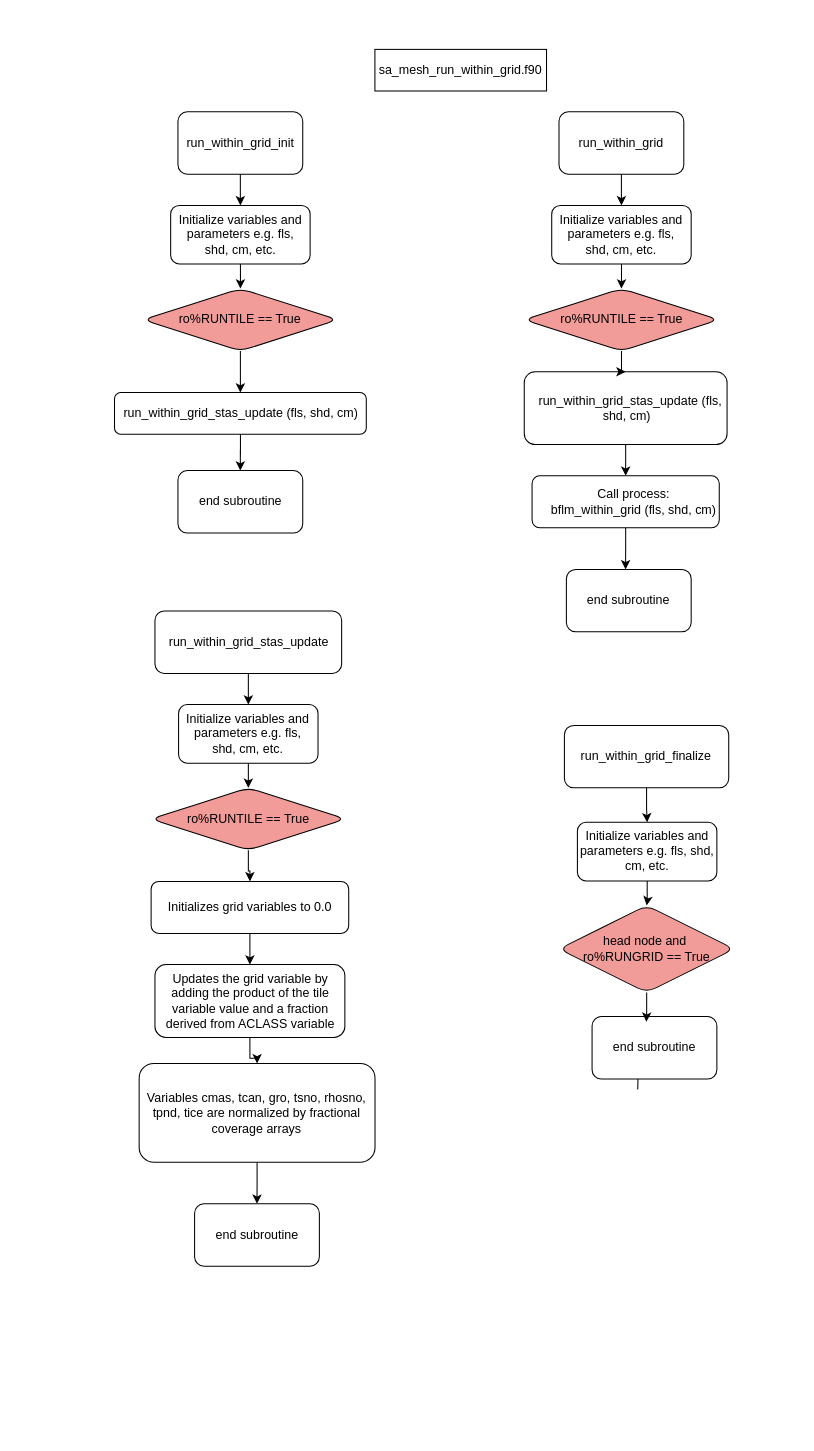
MeshMapping/r1749_Mappings keeps this draw.io diagram as saMeshwithinGrid.drawio. Above is the earlier version. Source tidied: cells renumbered, new cells numbered last; positions are measured from the earlier drawing's top-left corner, leaving out a move shared by most shapes. Both pictures are drawn from the tidied source at 104%, with x=0, y=0 at pixel (114, 49).
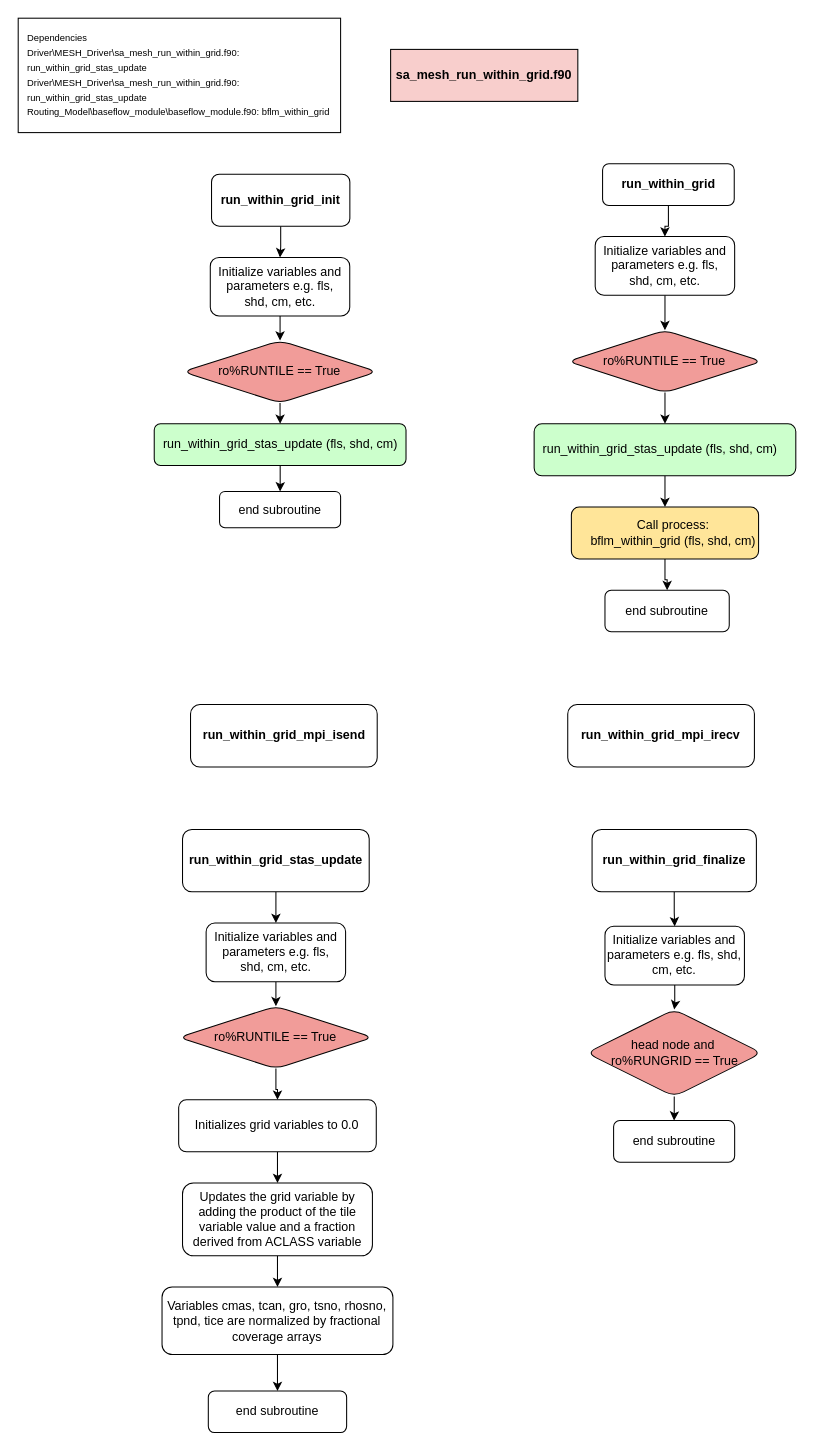
After the change.

Commit message (it also covers changes not shown here):
Modified some blocks and added list of dependencies

Diff of the diagram source:
```diff
@@
-    <mxCell id="2" value="sa_mesh_run_within_grid.f90" style="rounded=0;whiteSpace=wrap;html=1;" parent="1" vertex="1">
-      <mxGeometry x="250" width="165" height="40" as="geometry" />
+    <mxCell id="2" value="&lt;b&gt;sa_mesh_run_within_grid.f90&lt;/b&gt;" style="rounded=0;whiteSpace=wrap;html=1;fillColor=#F8CECC;" parent="1" vertex="1">
+      <mxGeometry x="265.1" width="180" height="50" as="geometry" />
     </mxCell>
@@
-    <mxCell id="4" value="run_within_grid_init" style="rounded=1;whiteSpace=wrap;html=1;" parent="1" vertex="1">
-      <mxGeometry x="60.6" y="60" width="120" height="60" as="geometry" />
+    <mxCell id="4" value="&lt;b&gt;run_within_grid_init&lt;/b&gt;" style="rounded=1;whiteSpace=wrap;html=1;" parent="1" vertex="1">
+      <mxGeometry x="92.9" y="120" width="133" height="50" as="geometry" />
     </mxCell>
@@
-    <mxCell id="6" value="run_within_grid" style="rounded=1;whiteSpace=wrap;html=1;" parent="1" vertex="1">
-      <mxGeometry x="427" y="60" width="120" height="60" as="geometry" />
+    <mxCell id="6" value="&lt;b&gt;run_within_grid&lt;/b&gt;" style="rounded=1;whiteSpace=wrap;html=1;" parent="1" vertex="1">
+      <mxGeometry x="468.9" y="110" width="126.6" height="40" as="geometry" />
     </mxCell>
@@
-    <mxCell id="8" value="&lt;div style=&quot;&quot;&gt;&lt;div style=&quot;text-align: center;&quot;&gt;&amp;nbsp; run_within_grid_stas_update&amp;nbsp;(fls, shd, cm)&lt;br&gt;&lt;/div&gt;&lt;/div&gt;" style="whiteSpace=wrap;html=1;rounded=1;align=left;" parent="1" vertex="1">
-      <mxGeometry x="393.6" y="310" width="195" height="70" as="geometry" />
+    <mxCell id="8" value="&lt;div style=&quot;&quot;&gt;&lt;div style=&quot;text-align: center;&quot;&gt;&amp;nbsp; run_within_grid_stas_update&amp;nbsp;(fls, shd, cm)&lt;br&gt;&lt;/div&gt;&lt;/div&gt;" style="whiteSpace=wrap;html=1;rounded=1;align=left;fillColor=#CCFFCC;" parent="1" vertex="1">
+      <mxGeometry x="403.1" y="360" width="251.6" height="50" as="geometry" />
     </mxCell>
-    <mxCell id="9" style="edgeStyle=orthogonalEdgeStyle;rounded=0;jettySize=auto;html=1;" parent="1" edge="1" source="10">
-      <mxGeometry relative="1" as="geometry">
-        <mxPoint x="491" y="500" as="targetPoint" />
-      </mxGeometry>
+    <mxCell id="9" style="edgeStyle=orthogonalEdgeStyle;rounded=0;jettySize=auto;html=1;entryX=0.5;entryY=0;entryDx=0;entryDy=0;" parent="1" edge="1" source="10" target="29">
+      <mxGeometry relative="1" as="geometry" />
     </mxCell>
-    <mxCell id="10" value="&lt;div style=&quot;text-align: center;&quot;&gt;&lt;span style=&quot;background-color: initial;&quot;&gt;&amp;nbsp; &amp;nbsp; &amp;nbsp;Call process:&lt;/span&gt;&lt;/div&gt;&lt;div style=&quot;text-align: center;&quot;&gt;&amp;nbsp; &amp;nbsp; &amp;nbsp;bflm_within_grid&amp;nbsp;(fls, shd, cm)&lt;br&gt;&lt;/div&gt;" style="whiteSpace=wrap;html=1;align=left;rounded=1;" parent="1" vertex="1">
-      <mxGeometry x="401.1" y="410" width="180" height="50" as="geometry" />
+    <mxCell id="10" value="&lt;div style=&quot;text-align: center;&quot;&gt;&lt;span style=&quot;background-color: initial;&quot;&gt;&amp;nbsp; &amp;nbsp; &amp;nbsp;Call process:&lt;/span&gt;&lt;/div&gt;&lt;div style=&quot;text-align: center;&quot;&gt;&amp;nbsp; &amp;nbsp; &amp;nbsp;bflm_within_grid&amp;nbsp;(fls, shd, cm)&lt;br&gt;&lt;/div&gt;" style="whiteSpace=wrap;html=1;align=left;rounded=1;fillColor=#FFE599;" parent="1" vertex="1">
+      <mxGeometry x="438.9" y="440" width="180" height="50" as="geometry" />
     </mxCell>
@@
-    <mxCell id="12" value="&lt;div style=&quot;&quot;&gt;&lt;div style=&quot;text-align: center;&quot;&gt;&amp;nbsp; run_within_grid_stas_update&amp;nbsp;(fls, shd, cm)&lt;br&gt;&lt;/div&gt;&lt;/div&gt;" style="whiteSpace=wrap;html=1;rounded=1;align=left;" parent="1" vertex="1">
-      <mxGeometry x="-0.4" y="330" width="242.1" height="40" as="geometry" />
+    <mxCell id="12" value="&lt;div style=&quot;&quot;&gt;&lt;div style=&quot;text-align: center;&quot;&gt;&amp;nbsp; run_within_grid_stas_update&amp;nbsp;(fls, shd, cm)&lt;br&gt;&lt;/div&gt;&lt;/div&gt;" style="whiteSpace=wrap;html=1;rounded=1;align=left;fillColor=#CCFFCC;" parent="1" vertex="1">
+      <mxGeometry x="37.8" y="360" width="242.1" height="40" as="geometry" />
     </mxCell>
@@
-    <mxCell id="14" value="run_within_grid_stas_update" style="rounded=1;whiteSpace=wrap;html=1;" parent="1" vertex="1">
-      <mxGeometry x="38.5" y="540" width="179.5" height="60" as="geometry" />
+    <mxCell id="14" value="&lt;b&gt;run_within_grid_stas_update&lt;/b&gt;" style="rounded=1;whiteSpace=wrap;html=1;" parent="1" vertex="1">
+      <mxGeometry x="65" y="750" width="179.5" height="60" as="geometry" />
     </mxCell>
@@
     <mxCell id="16" value="Initializes grid variables to 0.0" style="whiteSpace=wrap;html=1;rounded=1;" parent="1" vertex="1">
-      <mxGeometry x="34.8" y="800" width="190" height="50" as="geometry" />
+      <mxGeometry x="61.3" y="1010" width="190" height="50" as="geometry" />
     </mxCell>
@@
     <mxCell id="18" value="Updates the grid variable by adding the product of the tile variable value and a fraction derived from ACLASS variable" style="whiteSpace=wrap;html=1;rounded=1;" parent="1" vertex="1">
-      <mxGeometry x="38.5" y="880" width="182.6" height="70" as="geometry" />
+      <mxGeometry x="65" y="1090" width="182.6" height="70" as="geometry" />
     </mxCell>
@@
     <mxCell id="20" value="Variables&amp;nbsp;cmas, tcan, gro, tsno, rhosno, tpnd, tice are normalized by fractional coverage arrays" style="whiteSpace=wrap;html=1;rounded=1;" parent="1" vertex="1">
-      <mxGeometry x="23.3" y="975" width="226.8" height="95" as="geometry" />
+      <mxGeometry x="45.3" y="1190" width="222" height="65" as="geometry" />
     </mxCell>
@@
     <mxCell id="22" value="&lt;div&gt;ro%RUNTILE == True&lt;/div&gt;" style="rhombus;whiteSpace=wrap;html=1;rounded=1;fillColor=#F19C99;" parent="1" vertex="1">
-      <mxGeometry x="27.2" y="230" width="186.9" height="60" as="geometry" />
+      <mxGeometry x="65.3" y="280" width="186.9" height="60" as="geometry" />
     </mxCell>
@@
     <mxCell id="24" value="Initialize variables and parameters e.g. fls, shd,&amp;nbsp;cm, etc." style="rounded=1;whiteSpace=wrap;html=1;" parent="1" vertex="1">
-      <mxGeometry x="53.6" y="150" width="134.1" height="56.4" as="geometry" />
+      <mxGeometry x="91.7" y="200" width="134.1" height="56.4" as="geometry" />
     </mxCell>
@@
     <mxCell id="26" value="&lt;div&gt;ro%RUNTILE == True&lt;/div&gt;" style="rhombus;whiteSpace=wrap;html=1;rounded=1;fillColor=#F19C99;" parent="1" vertex="1">
-      <mxGeometry x="393.6" y="230" width="186.9" height="60" as="geometry" />
+      <mxGeometry x="435.4" y="270" width="186.9" height="60" as="geometry" />
     </mxCell>
@@
     <mxCell id="28" value="Initialize variables and parameters e.g. fls, shd,&amp;nbsp;cm, etc." style="rounded=1;whiteSpace=wrap;html=1;" parent="1" vertex="1">
-      <mxGeometry x="420" y="150" width="134.1" height="56.4" as="geometry" />
+      <mxGeometry x="461.8" y="180" width="134.1" height="56.4" as="geometry" />
     </mxCell>
     <mxCell id="29" value="end subroutine" style="whiteSpace=wrap;html=1;rounded=1;" parent="1" vertex="1">
-      <mxGeometry x="434.1" y="500" width="120" height="60" as="geometry" />
+      <mxGeometry x="471.2" y="520" width="119.5" height="40" as="geometry" />
     </mxCell>
     <mxCell id="30" value="end subroutine" style="whiteSpace=wrap;html=1;rounded=1;" parent="1" vertex="1">
-      <mxGeometry x="60.6" y="405" width="120" height="60" as="geometry" />
+      <mxGeometry x="100.6" y="425" width="116.4" height="35" as="geometry" />
     </mxCell>
@@
     <mxCell id="32" value="&lt;div&gt;ro%RUNTILE == True&lt;/div&gt;" style="rhombus;whiteSpace=wrap;html=1;rounded=1;fillColor=#F19C99;" parent="1" vertex="1">
-      <mxGeometry x="34.8" y="710" width="186.9" height="60" as="geometry" />
+      <mxGeometry x="61.3" y="920" width="186.9" height="60" as="geometry" />
     </mxCell>
@@
     <mxCell id="34" value="Initialize variables and parameters e.g. fls, shd,&amp;nbsp;cm, etc." style="rounded=1;whiteSpace=wrap;html=1;" parent="1" vertex="1">
-      <mxGeometry x="61.2" y="630" width="134.1" height="56.4" as="geometry" />
+      <mxGeometry x="87.7" y="840" width="134.1" height="56.4" as="geometry" />
     </mxCell>
     <mxCell id="35" value="end subroutine" style="whiteSpace=wrap;html=1;rounded=1;" parent="1" vertex="1">
-      <mxGeometry x="76.6" y="1110" width="120" height="60" as="geometry" />
+      <mxGeometry x="89.8" y="1290" width="133" height="40" as="geometry" />
     </mxCell>
-    <mxCell id="36" style="group;" parent="1" vertex="1">
-      <mxGeometry x="427" y="650" width="190" height="438" as="geometry" />
-    </mxCell>
+    <mxCell id="45" style="group;" parent="1" vertex="1">
+      <mxGeometry x="-93" y="-30" width="310" height="110" as="geometry" />
+    </mxCell>
+    <mxCell id="46" style="rounded=0;whiteSpace=wrap;html=1;" parent="45" vertex="1">
+      <mxGeometry width="310" height="110" as="geometry" />
+    </mxCell>
+    <mxCell id="47" value="&lt;font style=&quot;font-size: 9px;&quot;&gt;Dependencies&lt;/font&gt;&lt;div&gt;&lt;div&gt;&lt;font style=&quot;font-size: 9px;&quot;&gt;Driver\MESH_Driver\sa_mesh_run_within_grid.f90:&lt;/font&gt; &lt;font style=&quot;font-size: 9px;&quot;&gt;run_within_grid_stas_update&lt;/font&gt;&lt;/div&gt;&lt;div&gt;&lt;font style=&quot;font-size: 9px;&quot;&gt;Driver\MESH_Driver\sa_mesh_run_within_grid.f90: run_within_grid_stas_update&lt;/font&gt;&lt;/div&gt;&lt;div&gt;&lt;font style=&quot;font-size: 9px;&quot;&gt;Routing_Model\baseflow_module\baseflow_module.f90: bflm_within_grid&lt;/font&gt;&lt;/div&gt;&lt;/div&gt;" style="text;html=1;align=left;verticalAlign=middle;whiteSpace=wrap;rounded=0;" parent="45" vertex="1">
+      <mxGeometry x="7.2" width="295.1" height="107" as="geometry" />
+    </mxCell>
+    <mxCell id="48" value="&lt;b&gt;run_within_grid_mpi_isend&lt;/b&gt;" style="rounded=1;whiteSpace=wrap;html=1;" parent="1" vertex="1">
+      <mxGeometry x="72.7" y="630" width="179.5" height="60" as="geometry" />
+    </mxCell>
+    <mxCell id="49" value="&lt;b&gt;run_within_grid_mpi_irecv&lt;/b&gt;" style="rounded=1;whiteSpace=wrap;html=1;" parent="1" vertex="1">
+      <mxGeometry x="435.4" y="630" width="179.5" height="60" as="geometry" />
+    </mxCell>
-    <mxCell id="37" style="edgeStyle=orthogonalEdgeStyle;rounded=0;jettySize=auto;html=1;" parent="36" edge="1" source="38" target="42">
+    <mxCell id="37" style="edgeStyle=orthogonalEdgeStyle;rounded=0;jettySize=auto;html=1;" parent="1" edge="1" source="38" target="42">
       <mxGeometry relative="1" as="geometry" />
     </mxCell>
-    <mxCell id="38" value="run_within_grid_finalize" style="rounded=1;whiteSpace=wrap;html=1;" parent="36" vertex="1">
-      <mxGeometry x="5.2" width="158" height="60" as="geometry" />
+    <mxCell id="38" value="&lt;b&gt;run_within_grid_finalize&lt;/b&gt;" style="rounded=1;whiteSpace=wrap;html=1;" parent="1" vertex="1">
+      <mxGeometry x="458.8" y="750" width="158" height="60" as="geometry" />
     </mxCell>
-    <mxCell id="39" style="edgeStyle=orthogonalEdgeStyle;rounded=0;jettySize=auto;html=1;" parent="36" edge="1" target="40">
-      <mxGeometry relative="1" as="geometry">
-        <mxPoint x="75.7" y="350" as="sourcePoint" />
-      </mxGeometry>
-    </mxCell>
-    <mxCell id="40" value="end subroutine" style="whiteSpace=wrap;html=1;rounded=1;" parent="36" vertex="1">
-      <mxGeometry x="31.8" y="280" width="120" height="60" as="geometry" />
+    <mxCell id="40" value="end subroutine" style="whiteSpace=wrap;html=1;rounded=1;" parent="1" vertex="1">
+      <mxGeometry x="479.5" y="1030" width="116.4" height="40" as="geometry" />
     </mxCell>
-    <mxCell id="41" style="edgeStyle=orthogonalEdgeStyle;rounded=0;jettySize=auto;html=1;entryX=0.5;entryY=0;entryDx=0;entryDy=0;" parent="36" edge="1" source="42" target="43">
+    <mxCell id="41" style="edgeStyle=orthogonalEdgeStyle;rounded=0;jettySize=auto;html=1;entryX=0.5;entryY=0;entryDx=0;entryDy=0;" parent="1" edge="1" source="42" target="43">
       <mxGeometry relative="1" as="geometry" />
     </mxCell>
-    <mxCell id="42" value="Initialize variables and parameters e.g. fls, shd, cm, etc." style="rounded=1;whiteSpace=wrap;html=1;" parent="36" vertex="1">
-      <mxGeometry x="17.7" y="93.2" width="134.1" height="56.4" as="geometry" />
+    <mxCell id="42" value="Initialize variables and parameters e.g. fls, shd, cm, etc." style="rounded=1;whiteSpace=wrap;html=1;" parent="1" vertex="1">
+      <mxGeometry x="471.2" y="843.2" width="134.1" height="56.4" as="geometry" />
     </mxCell>
+    <mxCell id="44" style="edgeStyle=orthogonalEdgeStyle;rounded=0;jettySize=auto;html=1;" parent="1" edge="1" source="43" target="40">
+      <mxGeometry relative="1" as="geometry" />
+    </mxCell>
-    <mxCell id="43" value="head node and&amp;nbsp;&lt;div&gt;ro%RUNGRID == True&lt;/div&gt;" style="rhombus;whiteSpace=wrap;html=1;rounded=1;fillColor=#F19C99;" parent="36" vertex="1">
-      <mxGeometry y="173.2" width="168.5" height="83.6" as="geometry" />
+    <mxCell id="43" value="head node and&amp;nbsp;&lt;div&gt;ro%RUNGRID == True&lt;/div&gt;" style="rhombus;whiteSpace=wrap;html=1;rounded=1;fillColor=#F19C99;" parent="1" vertex="1">
+      <mxGeometry x="453.5" y="923.2" width="168.5" height="83.6" as="geometry" />
     </mxCell>
-    <mxCell id="44" style="edgeStyle=orthogonalEdgeStyle;rounded=0;jettySize=auto;html=1;entryX=0.435;entryY=0.083;entryDx=0;entryDy=0;entryPerimeter=0;" parent="36" edge="1" source="43" target="40">
-      <mxGeometry relative="1" as="geometry" />
-    </mxCell>
```
